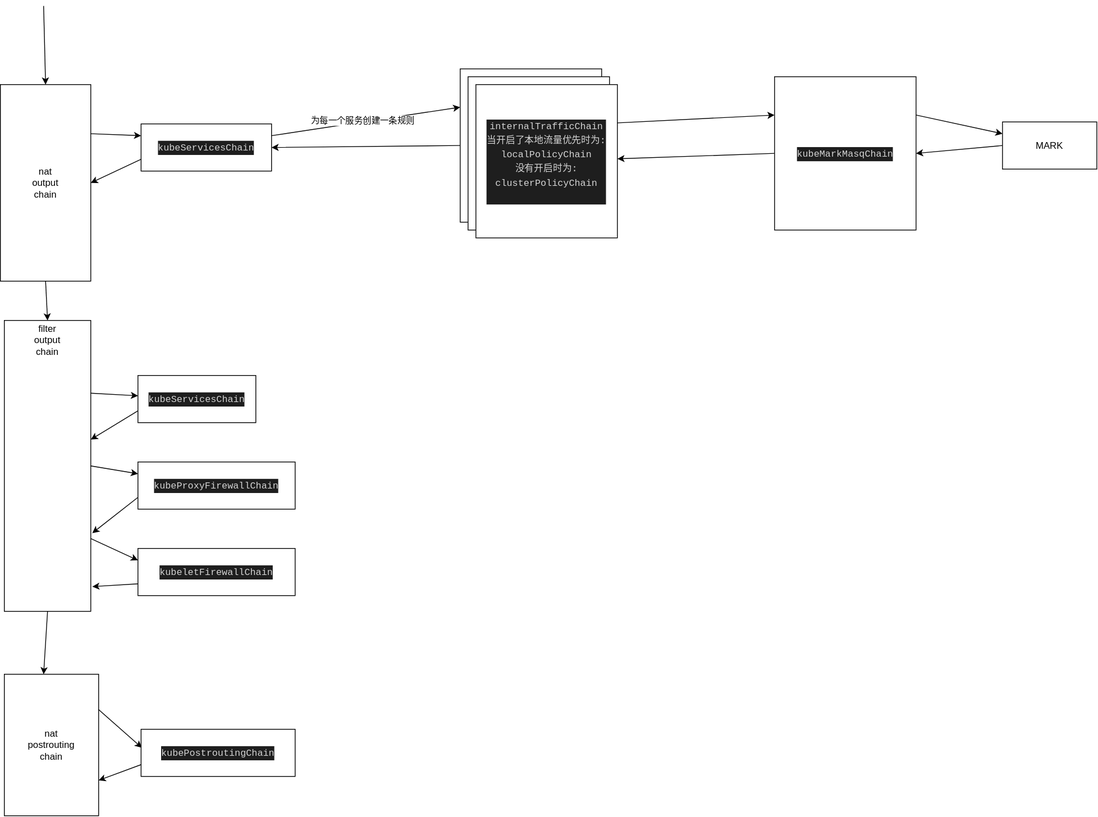
FanHa/fanha.github.io keeps this draw.io diagram as Kubernetes/resource/kubeProxyInitOutputChainJump.drawio.svg. Above is the earlier version. Source tidied: cells renumbered, new cells last; positions are measured from the earlier drawing's top-left corner, leaving out a move shared by most shapes.
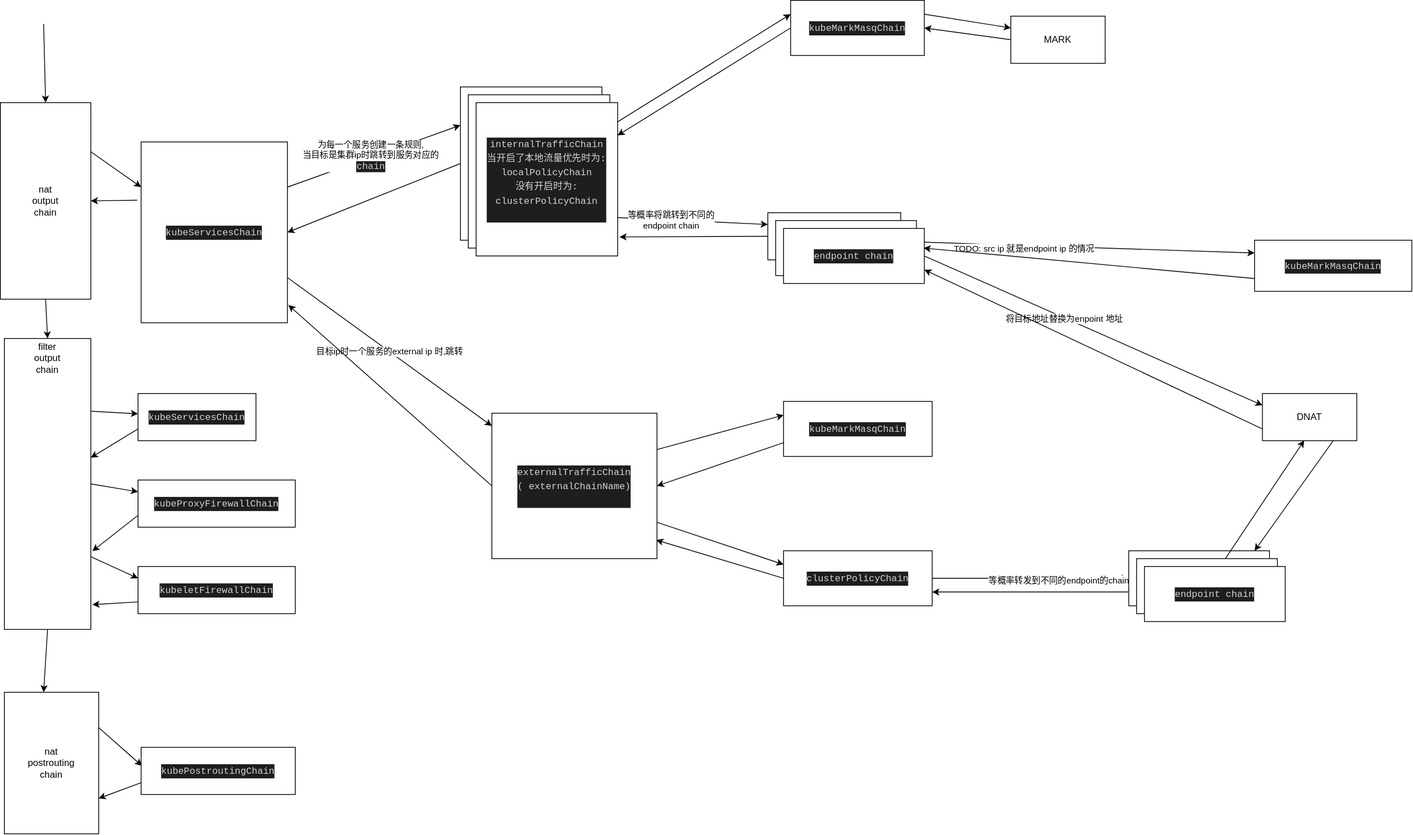
The same diagram one commit later.

What changed in the source:
```diff
@@ -49,17 +49,20 @@
     <mxCell id="16" value="nat&lt;br&gt;output&lt;br&gt;chain" style="rounded=0;whiteSpace=wrap;html=1;" parent="1" vertex="1">
       <mxGeometry y="100" width="115" height="250" as="geometry" />
     </mxCell>
-    <mxCell id="17" style="edgeStyle=none;html=1;exitX=0;exitY=0.75;exitDx=0;exitDy=0;entryX=1;entryY=0.5;entryDx=0;entryDy=0;" parent="1" edge="1" source="20" target="16">
+    <mxCell id="17" style="edgeStyle=none;html=1;exitX=-0.027;exitY=0.322;exitDx=0;exitDy=0;entryX=1;entryY=0.5;entryDx=0;entryDy=0;exitPerimeter=0;" parent="1" edge="1" source="20" target="16">
       <mxGeometry relative="1" as="geometry" />
     </mxCell>
     <mxCell id="18" style="edgeStyle=none;html=1;exitX=1;exitY=0.25;exitDx=0;exitDy=0;entryX=0;entryY=0.25;entryDx=0;entryDy=0;" parent="1" edge="1" source="20" target="27">
       <mxGeometry relative="1" as="geometry" />
     </mxCell>
-    <mxCell id="19" value="为每一个服务创建一条规则" style="edgeLabel;html=1;align=center;verticalAlign=middle;" parent="18" vertex="1">
+    <mxCell id="19" value="为每一个服务创建一条规则,&lt;br&gt;当目标是集群ip时跳转到服务对应的&lt;br&gt;&lt;font face=&quot;Menlo, Monaco, Courier New, monospace&quot; color=&quot;#d4d4d4&quot;&gt;&lt;span style=&quot;font-size: 12px; background-color: rgb(30, 30, 30);&quot;&gt;chain&lt;/span&gt;&lt;/font&gt;" style="edgeLabel;html=1;align=center;verticalAlign=middle;" parent="18" vertex="1">
       <mxGeometry x="-0.04" y="2" relative="1" as="geometry" />
     </mxCell>
+    <mxCell id="36" value="目标ip时一个服务的external ip 时,跳转" style="edgeStyle=none;html=1;exitX=1;exitY=0.75;exitDx=0;exitDy=0;" parent="1" edge="1" source="20" target="55">
+      <mxGeometry relative="1" as="geometry" />
+    </mxCell>
     <mxCell id="20" value="&lt;div style=&quot;color: rgb(212, 212, 212); background-color: rgb(30, 30, 30); font-family: Menlo, Monaco, &amp;quot;Courier New&amp;quot;, monospace; line-height: 18px;&quot;&gt;kubeServicesChain&lt;/div&gt;" style="rounded=0;whiteSpace=wrap;html=1;" parent="1" vertex="1">
-      <mxGeometry x="179" y="150" width="166" height="60" as="geometry" />
+      <mxGeometry x="179" y="150" width="186" height="230" as="geometry" />
     </mxCell>
     <mxCell id="21" style="endArrow=classic;html=1;entryX=0.5;entryY=0;entryDx=0;entryDy=0;" parent="1" edge="1" target="16">
       <mxGeometry relative="1" as="geometry">
@@ -87,9 +90,17 @@
     <mxCell id="28" value="&lt;div style=&quot;color: rgb(212, 212, 212); background-color: rgb(30, 30, 30); font-family: Menlo, Monaco, &amp;quot;Courier New&amp;quot;, monospace; line-height: 18px;&quot;&gt;&lt;div style=&quot;line-height: 18px;&quot;&gt;internalTrafficChain&lt;/div&gt;&lt;div style=&quot;line-height: 18px;&quot;&gt;当开启了本地流量优先时为:&lt;/div&gt;&lt;div style=&quot;line-height: 18px;&quot;&gt;&lt;div style=&quot;line-height: 18px;&quot;&gt;localPolicyChain&lt;/div&gt;&lt;div style=&quot;line-height: 18px;&quot;&gt;没有开启时为:&lt;br&gt;&lt;div style=&quot;line-height: 18px;&quot;&gt;clusterPolicyChain&lt;/div&gt;&lt;div style=&quot;line-height: 18px;&quot;&gt;&lt;br&gt;&lt;/div&gt;&lt;/div&gt;&lt;/div&gt;&lt;/div&gt;" style="rounded=0;whiteSpace=wrap;html=1;" parent="1" vertex="1">
       <mxGeometry x="595" y="90" width="180" height="195" as="geometry" />
     </mxCell>
-    <mxCell id="29" style="edgeStyle=none;html=1;exitX=1;exitY=0.25;exitDx=0;exitDy=0;entryX=0;entryY=0.25;entryDx=0;entryDy=0;" parent="1" edge="1" source="30" target="33">
+    <mxCell id="29" style="edgeStyle=none;html=1;exitX=0.994;exitY=0.129;exitDx=0;exitDy=0;entryX=0;entryY=0.25;entryDx=0;entryDy=0;exitPerimeter=0;" parent="1" edge="1" source="30" target="33">
       <mxGeometry relative="1" as="geometry" />
     </mxCell>
+    <mxCell id="37" style="edgeStyle=none;html=1;exitX=1;exitY=0.75;exitDx=0;exitDy=0;entryX=0;entryY=0.25;entryDx=0;entryDy=0;" parent="1" edge="1" source="30" target="40">
+      <mxGeometry relative="1" as="geometry" />
+    </mxCell>
+    <mxCell id="38" value="等概率将跳转到不同的&lt;br&gt;endpoint chain" style="edgeLabel;html=1;align=center;verticalAlign=middle;" parent="37" vertex="1">
+      <mxGeometry x="-0.29" y="-1" relative="1" as="geometry">
+        <mxPoint y="-1" as="offset" />
+      </mxGeometry>
+    </mxCell>
     <mxCell id="30" value="&lt;div style=&quot;color: rgb(212, 212, 212); background-color: rgb(30, 30, 30); font-family: Menlo, Monaco, &amp;quot;Courier New&amp;quot;, monospace; line-height: 18px;&quot;&gt;&lt;div style=&quot;line-height: 18px;&quot;&gt;internalTrafficChain&lt;/div&gt;&lt;div style=&quot;line-height: 18px;&quot;&gt;当开启了本地流量优先时为:&lt;/div&gt;&lt;div style=&quot;line-height: 18px;&quot;&gt;&lt;div style=&quot;line-height: 18px;&quot;&gt;localPolicyChain&lt;/div&gt;&lt;div style=&quot;line-height: 18px;&quot;&gt;没有开启时为:&lt;br&gt;&lt;div style=&quot;line-height: 18px;&quot;&gt;clusterPolicyChain&lt;/div&gt;&lt;div style=&quot;line-height: 18px;&quot;&gt;&lt;br&gt;&lt;/div&gt;&lt;/div&gt;&lt;/div&gt;&lt;/div&gt;" style="rounded=0;whiteSpace=wrap;html=1;" parent="1" vertex="1">
       <mxGeometry x="605" y="100" width="180" height="195" as="geometry" />
     </mxCell>
@@ -100,13 +111,99 @@
       <mxGeometry relative="1" as="geometry" />
     </mxCell>
     <mxCell id="33" value="&lt;meta charset=&quot;utf-8&quot;&gt;&lt;div style=&quot;color: rgb(212, 212, 212); background-color: rgb(30, 30, 30); font-family: Menlo, Monaco, &amp;quot;Courier New&amp;quot;, monospace; font-weight: normal; font-size: 12px; line-height: 18px;&quot;&gt;&lt;div&gt;&lt;span style=&quot;color: #d4d4d4;&quot;&gt;kubeMarkMasqChain&lt;/span&gt;&lt;/div&gt;&lt;/div&gt;" style="rounded=0;whiteSpace=wrap;html=1;" parent="1" vertex="1">
-      <mxGeometry x="985" y="90" width="180" height="195" as="geometry" />
+      <mxGeometry x="1005" y="-30" width="170" height="70" as="geometry" />
     </mxCell>
     <mxCell id="34" style="edgeStyle=none;html=1;exitX=0;exitY=0.5;exitDx=0;exitDy=0;entryX=1;entryY=0.5;entryDx=0;entryDy=0;" parent="1" edge="1" source="35" target="33">
       <mxGeometry relative="1" as="geometry" />
     </mxCell>
     <mxCell id="35" value="MARK" style="whiteSpace=wrap;html=1;" parent="1" vertex="1">
-      <mxGeometry x="1275" y="147.5" width="120" height="60" as="geometry" />
+      <mxGeometry x="1285" y="-10" width="120" height="60" as="geometry" />
     </mxCell>
+    <mxCell id="39" style="edgeStyle=none;html=1;exitX=0;exitY=0.5;exitDx=0;exitDy=0;entryX=1.013;entryY=0.876;entryDx=0;entryDy=0;entryPerimeter=0;" parent="1" edge="1" source="40" target="30">
+      <mxGeometry relative="1" as="geometry" />
+    </mxCell>
+    <mxCell id="40" value="&lt;div style=&quot;color: rgb(212, 212, 212); background-color: rgb(30, 30, 30); font-family: Menlo, Monaco, &amp;quot;Courier New&amp;quot;, monospace; font-weight: normal; font-size: 12px; line-height: 18px;&quot;&gt;&lt;div&gt;&lt;span style=&quot;color: #d4d4d4;&quot;&gt;endpoint chain&lt;/span&gt;&lt;/div&gt;&lt;/div&gt;" style="rounded=0;whiteSpace=wrap;html=1;" parent="1" vertex="1">
+      <mxGeometry x="976" y="240" width="169" height="60" as="geometry" />
+    </mxCell>
+    <mxCell id="41" value="&lt;div style=&quot;color: rgb(212, 212, 212); background-color: rgb(30, 30, 30); font-family: Menlo, Monaco, &amp;quot;Courier New&amp;quot;, monospace; font-weight: normal; font-size: 12px; line-height: 18px;&quot;&gt;&lt;div&gt;&lt;span style=&quot;color: #d4d4d4;&quot;&gt;endpoint chain&lt;/span&gt;&lt;/div&gt;&lt;/div&gt;" style="rounded=0;whiteSpace=wrap;html=1;" parent="1" vertex="1">
+      <mxGeometry x="986" y="250" width="179" height="70" as="geometry" />
+    </mxCell>
+    <mxCell id="42" style="edgeStyle=none;html=1;exitX=1;exitY=0.5;exitDx=0;exitDy=0;entryX=0;entryY=0.25;entryDx=0;entryDy=0;" parent="1" edge="1" source="46" target="49">
+      <mxGeometry relative="1" as="geometry" />
+    </mxCell>
+    <mxCell id="43" value="将目标地址替换为enpoint 地址&lt;br&gt;&amp;nbsp;" style="edgeLabel;html=1;align=center;verticalAlign=middle;" parent="42" vertex="1">
+      <mxGeometry x="-0.17" y="-1" relative="1" as="geometry" />
+    </mxCell>
+    <mxCell id="44" style="edgeStyle=none;html=1;exitX=1;exitY=0.25;exitDx=0;exitDy=0;entryX=0;entryY=0.25;entryDx=0;entryDy=0;" parent="1" edge="1" source="46" target="51">
+      <mxGeometry relative="1" as="geometry" />
+    </mxCell>
+    <mxCell id="45" value="TODO: src ip 就是endpoint ip 的情况" style="edgeLabel;html=1;align=center;verticalAlign=middle;" parent="44" vertex="1">
+      <mxGeometry x="-0.4" y="-4" relative="1" as="geometry" />
+    </mxCell>
+    <mxCell id="46" value="&lt;div style=&quot;color: rgb(212, 212, 212); background-color: rgb(30, 30, 30); font-family: Menlo, Monaco, &amp;quot;Courier New&amp;quot;, monospace; font-weight: normal; font-size: 12px; line-height: 18px;&quot;&gt;&lt;div&gt;&lt;span style=&quot;color: #d4d4d4;&quot;&gt;endpoint chain&lt;/span&gt;&lt;/div&gt;&lt;/div&gt;" style="rounded=0;whiteSpace=wrap;html=1;" parent="1" vertex="1">
+      <mxGeometry x="996" y="260" width="179" height="70" as="geometry" />
+    </mxCell>
+    <mxCell id="47" style="edgeStyle=none;html=1;exitX=0;exitY=0.75;exitDx=0;exitDy=0;entryX=1;entryY=0.75;entryDx=0;entryDy=0;" parent="1" edge="1" source="49" target="46">
+      <mxGeometry relative="1" as="geometry" />
+    </mxCell>
+    <mxCell id="48" style="edgeStyle=none;html=1;exitX=0.75;exitY=1;exitDx=0;exitDy=0;entryX=0.894;entryY=0;entryDx=0;entryDy=0;entryPerimeter=0;" parent="1" edge="1" source="49" target="63">
+      <mxGeometry relative="1" as="geometry" />
+    </mxCell>
+    <mxCell id="49" value="DNAT" style="whiteSpace=wrap;html=1;" parent="1" vertex="1">
+      <mxGeometry x="1605" y="470" width="120" height="60" as="geometry" />
+    </mxCell>
+    <mxCell id="50" style="edgeStyle=none;html=1;exitX=0;exitY=0.75;exitDx=0;exitDy=0;entryX=0.995;entryY=0.357;entryDx=0;entryDy=0;entryPerimeter=0;" parent="1" edge="1" source="51" target="46">
+      <mxGeometry relative="1" as="geometry" />
+    </mxCell>
+    <mxCell id="51" value="&lt;div style=&quot;color: rgb(212, 212, 212); background-color: rgb(30, 30, 30); font-family: Menlo, Monaco, &amp;quot;Courier New&amp;quot;, monospace; line-height: 18px;&quot;&gt;kubeMarkMasqChain&lt;/div&gt;" style="whiteSpace=wrap;html=1;" parent="1" vertex="1">
+      <mxGeometry x="1595" y="275" width="200" height="65" as="geometry" />
+    </mxCell>
+    <mxCell id="52" style="edgeStyle=none;html=1;exitX=0;exitY=0.5;exitDx=0;exitDy=0;entryX=1.007;entryY=0.902;entryDx=0;entryDy=0;entryPerimeter=0;" parent="1" edge="1" source="55" target="20">
+      <mxGeometry relative="1" as="geometry" />
+    </mxCell>
+    <mxCell id="53" style="edgeStyle=none;html=1;exitX=1;exitY=0.25;exitDx=0;exitDy=0;entryX=0;entryY=0.25;entryDx=0;entryDy=0;" parent="1" edge="1" source="55" target="57">
+      <mxGeometry relative="1" as="geometry" />
+    </mxCell>
+    <mxCell id="54" style="edgeStyle=none;html=1;exitX=1;exitY=0.75;exitDx=0;exitDy=0;entryX=0;entryY=0.25;entryDx=0;entryDy=0;" parent="1" edge="1" source="55" target="61">
+      <mxGeometry relative="1" as="geometry" />
+    </mxCell>
+    <mxCell id="55" value="&lt;div style=&quot;color: rgb(212, 212, 212); background-color: rgb(30, 30, 30); font-family: Menlo, Monaco, &amp;quot;Courier New&amp;quot;, monospace; line-height: 18px;&quot;&gt;&lt;div style=&quot;line-height: 18px;&quot;&gt;&lt;div style=&quot;line-height: 18px;&quot;&gt;externalTrafficChain&lt;/div&gt;&lt;/div&gt;&lt;div style=&quot;line-height: 18px;&quot;&gt;(&lt;span style=&quot;&quot;&gt;externalChainName)&lt;/span&gt;&lt;/div&gt;&lt;div style=&quot;line-height: 18px;&quot;&gt;&lt;div style=&quot;line-height: 18px;&quot;&gt;&lt;div style=&quot;line-height: 18px;&quot;&gt;&lt;br&gt;&lt;/div&gt;&lt;/div&gt;&lt;/div&gt;&lt;/div&gt;" style="rounded=0;whiteSpace=wrap;html=1;" parent="1" vertex="1">
+      <mxGeometry x="625" y="495" width="210" height="185" as="geometry" />
+    </mxCell>
+    <mxCell id="56" style="edgeStyle=none;html=1;exitX=0;exitY=0.75;exitDx=0;exitDy=0;entryX=1;entryY=0.5;entryDx=0;entryDy=0;" parent="1" edge="1" source="57" target="55">
+      <mxGeometry relative="1" as="geometry" />
+    </mxCell>
+    <mxCell id="57" value="&lt;meta charset=&quot;utf-8&quot;&gt;&lt;div style=&quot;color: rgb(212, 212, 212); background-color: rgb(30, 30, 30); font-family: Menlo, Monaco, &amp;quot;Courier New&amp;quot;, monospace; font-weight: normal; font-size: 12px; line-height: 18px;&quot;&gt;&lt;div&gt;&lt;span style=&quot;color: #d4d4d4;&quot;&gt;kubeMarkMasqChain&lt;/span&gt;&lt;/div&gt;&lt;/div&gt;" style="rounded=0;whiteSpace=wrap;html=1;" parent="1" vertex="1">
+      <mxGeometry x="996" y="480" width="189" height="70" as="geometry" />
+    </mxCell>
+    <mxCell id="58" style="edgeStyle=none;html=1;exitX=0;exitY=0.5;exitDx=0;exitDy=0;entryX=0.995;entryY=0.872;entryDx=0;entryDy=0;entryPerimeter=0;" parent="1" edge="1" source="61" target="55">
+      <mxGeometry relative="1" as="geometry" />
+    </mxCell>
+    <mxCell id="59" style="edgeStyle=none;html=1;" parent="1" edge="1" source="61">
+      <mxGeometry relative="1" as="geometry">
+        <mxPoint x="1435" y="705" as="targetPoint" />
+      </mxGeometry>
+    </mxCell>
+    <mxCell id="60" value="等概率转发到不同的endpoint的chain" style="edgeLabel;html=1;align=center;verticalAlign=middle;" parent="59" vertex="1">
+      <mxGeometry x="0.28" y="-2" relative="1" as="geometry" />
+    </mxCell>
+    <mxCell id="61" value="&lt;div style=&quot;color: rgb(212, 212, 212); background-color: rgb(30, 30, 30); font-family: Menlo, Monaco, &amp;quot;Courier New&amp;quot;, monospace; font-weight: normal; font-size: 12px; line-height: 18px;&quot;&gt;&lt;div style=&quot;line-height: 18px;&quot;&gt;clusterPolicyChain&lt;/div&gt;&lt;/div&gt;" style="rounded=0;whiteSpace=wrap;html=1;" parent="1" vertex="1">
+      <mxGeometry x="996" y="670" width="189" height="70" as="geometry" />
+    </mxCell>
+    <mxCell id="62" style="edgeStyle=none;html=1;exitX=0;exitY=0.75;exitDx=0;exitDy=0;entryX=1;entryY=0.75;entryDx=0;entryDy=0;" parent="1" edge="1" source="63" target="61">
+      <mxGeometry relative="1" as="geometry" />
+    </mxCell>
+    <mxCell id="63" value="&lt;div style=&quot;color: rgb(212, 212, 212); background-color: rgb(30, 30, 30); font-family: Menlo, Monaco, &amp;quot;Courier New&amp;quot;, monospace; font-weight: normal; font-size: 12px; line-height: 18px;&quot;&gt;&lt;div&gt;&lt;span style=&quot;color: #d4d4d4;&quot;&gt;endpoint chain&lt;/span&gt;&lt;/div&gt;&lt;/div&gt;" style="rounded=0;whiteSpace=wrap;html=1;" parent="1" vertex="1">
+      <mxGeometry x="1435" y="670" width="179" height="70" as="geometry" />
+    </mxCell>
+    <mxCell id="64" style="edgeStyle=none;html=1;entryX=0.443;entryY=0.994;entryDx=0;entryDy=0;entryPerimeter=0;" parent="1" edge="1" source="65" target="49">
+      <mxGeometry relative="1" as="geometry" />
+    </mxCell>
+    <mxCell id="65" value="&lt;div style=&quot;color: rgb(212, 212, 212); background-color: rgb(30, 30, 30); font-family: Menlo, Monaco, &amp;quot;Courier New&amp;quot;, monospace; font-weight: normal; font-size: 12px; line-height: 18px;&quot;&gt;&lt;div&gt;&lt;span style=&quot;color: #d4d4d4;&quot;&gt;endpoint chain&lt;/span&gt;&lt;/div&gt;&lt;/div&gt;" style="rounded=0;whiteSpace=wrap;html=1;" parent="1" vertex="1">
+      <mxGeometry x="1445" y="680" width="179" height="70" as="geometry" />
+    </mxCell>
+    <mxCell id="66" value="&lt;div style=&quot;color: rgb(212, 212, 212); background-color: rgb(30, 30, 30); font-family: Menlo, Monaco, &amp;quot;Courier New&amp;quot;, monospace; font-weight: normal; font-size: 12px; line-height: 18px;&quot;&gt;&lt;div&gt;&lt;span style=&quot;color: #d4d4d4;&quot;&gt;endpoint chain&lt;/span&gt;&lt;/div&gt;&lt;/div&gt;" style="rounded=0;whiteSpace=wrap;html=1;" parent="1" vertex="1">
+      <mxGeometry x="1455" y="690" width="179" height="70" as="geometry" />
+    </mxCell>
   </root>
 </mxGraphModel>
```
